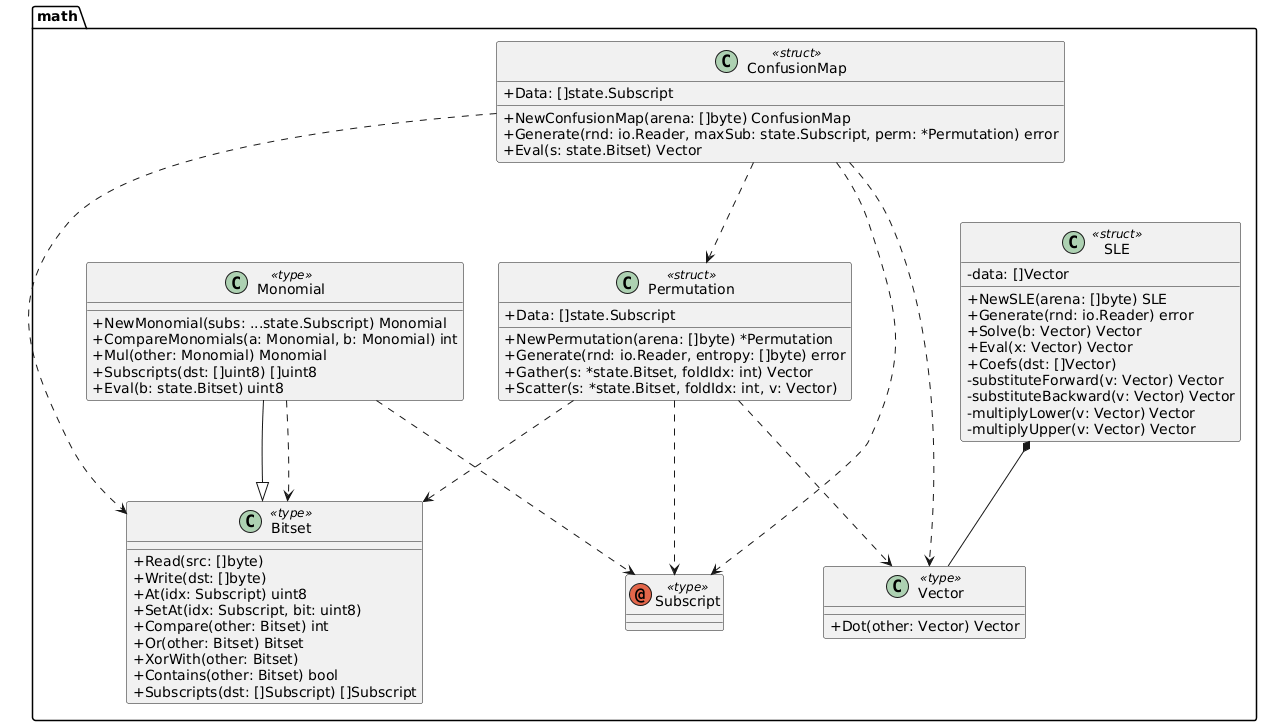
Earlier version of the PlantUML export docs/diagrams/math_class.png (staleread/aquila). Its diagram source:
```plantuml
@startuml
skinparam ClassAttributeIconSize 0


package "math" {
  annotation Subscript <<type>>

  class Bitset <<type>> {
      +Read(src: []byte)
      +Write(dst: []byte)
      +At(idx: Subscript) uint8
      +SetAt(idx: Subscript, bit: uint8)
      +Compare(other: Bitset) int
      +Or(other: Bitset) Bitset
      +XorWith(other: Bitset)
      +Contains(other: Bitset) bool
      +Subscripts(dst: []Subscript) []Subscript
  }

  class Vector <<type>> {
      +Dot(other: Vector) Vector
  }
  class SLE <<struct>> {
      -data: []Vector
      +NewSLE(arena: []byte) SLE
      +Generate(rnd: io.Reader) error
      +Solve(b: Vector) Vector
      +Eval(x: Vector) Vector
      +Coefs(dst: []Vector)
      -substituteForward(v: Vector) Vector
      -substituteBackward(v: Vector) Vector
      -multiplyLower(v: Vector) Vector
      -multiplyUpper(v: Vector) Vector
  }
  class ConfusionMap <<struct>> {
      +Data: []state.Subscript
      +NewConfusionMap(arena: []byte) ConfusionMap
      +Generate(rnd: io.Reader, maxSub: state.Subscript, perm: *Permutation) error
      +Eval(s: state.Bitset) Vector
  }
  class Permutation <<struct>> {
      +Data: []state.Subscript
      +NewPermutation(arena: []byte) *Permutation
      +Generate(rnd: io.Reader, entropy: []byte) error
      +Gather(s: *state.Bitset, foldIdx: int) Vector
      +Scatter(s: *state.Bitset, foldIdx: int, v: Vector)
  }
  class Monomial <<type>> {
      +NewMonomial(subs: ...state.Subscript) Monomial
      +CompareMonomials(a: Monomial, b: Monomial) int
      +Mul(other: Monomial) Monomial
      +Subscripts(dst: []uint8) []uint8
      +Eval(b: state.Bitset) uint8
  }
}

math.Monomial --|> math.Bitset

SLE *-- Vector

math.ConfusionMap ..> math.Vector
math.ConfusionMap ..> math.Permutation
math.ConfusionMap ..> math.Bitset
math.ConfusionMap ..> math.Subscript

math.Permutation ..> math.Vector
math.Permutation ..> math.Bitset
math.Permutation ..> math.Subscript

math.Monomial ..> math.Bitset
math.Monomial ..> math.Subscript
@enduml
```
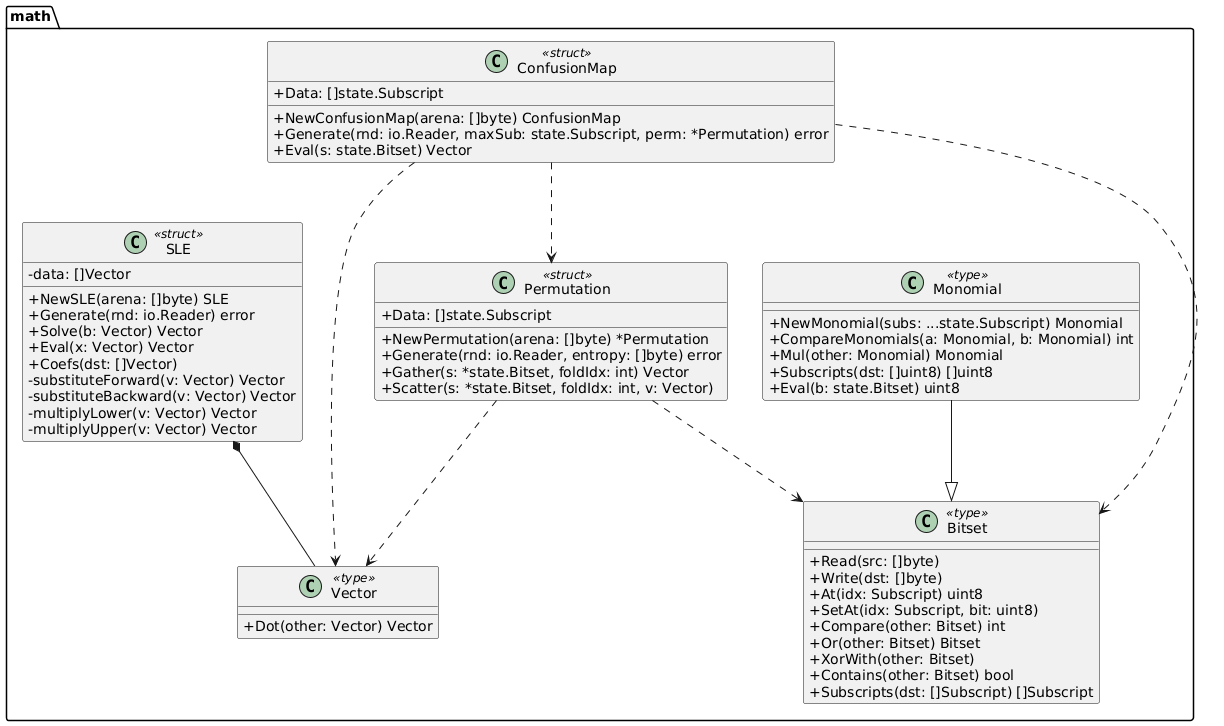
Above is the later version.

What changed in the source:
```diff
@@ -1,72 +1,69 @@
 @startuml
-skinparam ClassAttributeIconSize 0
+skinparam classAttributeIconSize 0
 
+package math {
+    class ConfusionMap <<struct>> {
+        +Data: []state.Subscript
+        +NewConfusionMap(arena: []byte) ConfusionMap
+        +Generate(rnd: io.Reader, maxSub: state.Subscript, perm: *Permutation) error
+        +Eval(s: state.Bitset) Vector
+    }
 
-package "math" {
-  annotation Subscript <<type>>
+    class Monomial <<type>> {
+        +NewMonomial(subs: ...state.Subscript) Monomial
+        +CompareMonomials(a: Monomial, b: Monomial) int
+        +Mul(other: Monomial) Monomial
+        +Subscripts(dst: []uint8) []uint8
+        +Eval(b: state.Bitset) uint8
+    }
 
-  class Bitset <<type>> {
-      +Read(src: []byte)
-      +Write(dst: []byte)
-      +At(idx: Subscript) uint8
-      +SetAt(idx: Subscript, bit: uint8)
-      +Compare(other: Bitset) int
-      +Or(other: Bitset) Bitset
-      +XorWith(other: Bitset)
-      +Contains(other: Bitset) bool
-      +Subscripts(dst: []Subscript) []Subscript
-  }
+    class Permutation <<struct>> {
+        +Data: []state.Subscript
+        +NewPermutation(arena: []byte) *Permutation
+        +Generate(rnd: io.Reader, entropy: []byte) error
+        +Gather(s: *state.Bitset, foldIdx: int) Vector
+        +Scatter(s: *state.Bitset, foldIdx: int, v: Vector)
+    }
 
-  class Vector <<type>> {
-      +Dot(other: Vector) Vector
-  }
-  class SLE <<struct>> {
-      -data: []Vector
-      +NewSLE(arena: []byte) SLE
-      +Generate(rnd: io.Reader) error
-      +Solve(b: Vector) Vector
-      +Eval(x: Vector) Vector
-      +Coefs(dst: []Vector)
-      -substituteForward(v: Vector) Vector
-      -substituteBackward(v: Vector) Vector
-      -multiplyLower(v: Vector) Vector
-      -multiplyUpper(v: Vector) Vector
-  }
-  class ConfusionMap <<struct>> {
-      +Data: []state.Subscript
-      +NewConfusionMap(arena: []byte) ConfusionMap
-      +Generate(rnd: io.Reader, maxSub: state.Subscript, perm: *Permutation) error
-      +Eval(s: state.Bitset) Vector
-  }
-  class Permutation <<struct>> {
-      +Data: []state.Subscript
-      +NewPermutation(arena: []byte) *Permutation
-      +Generate(rnd: io.Reader, entropy: []byte) error
-      +Gather(s: *state.Bitset, foldIdx: int) Vector
-      +Scatter(s: *state.Bitset, foldIdx: int, v: Vector)
-  }
-  class Monomial <<type>> {
-      +NewMonomial(subs: ...state.Subscript) Monomial
-      +CompareMonomials(a: Monomial, b: Monomial) int
-      +Mul(other: Monomial) Monomial
-      +Subscripts(dst: []uint8) []uint8
-      +Eval(b: state.Bitset) uint8
-  }
+    class SLE <<struct>> {
+        -data: []Vector
+        +NewSLE(arena: []byte) SLE
+        +Generate(rnd: io.Reader) error
+        +Solve(b: Vector) Vector
+        +Eval(x: Vector) Vector
+        +Coefs(dst: []Vector)
+        -substituteForward(v: Vector) Vector
+        -substituteBackward(v: Vector) Vector
+        -multiplyLower(v: Vector) Vector
+        -multiplyUpper(v: Vector) Vector
+    }
+
+    class Bitset <<type>> {
+        +Read(src: []byte)
+        +Write(dst: []byte)
+        +At(idx: Subscript) uint8
+        +SetAt(idx: Subscript, bit: uint8)
+        +Compare(other: Bitset) int
+        +Or(other: Bitset) Bitset
+        +XorWith(other: Bitset)
+        +Contains(other: Bitset) bool
+        +Subscripts(dst: []Subscript) []Subscript
+    }
+
+    class Vector <<type>> {
+        +Dot(other: Vector) Vector
+    }
+
 }
 
-math.Monomial --|> math.Bitset
+ConfusionMap ..> Bitset
+ConfusionMap ..> Permutation
+ConfusionMap ..> Vector
+
+Monomial --|> Bitset
+
+Permutation ..> Bitset
+Permutation ..> Vector
 
 SLE *-- Vector
-
-math.ConfusionMap ..> math.Vector
-math.ConfusionMap ..> math.Permutation
-math.ConfusionMap ..> math.Bitset
-math.ConfusionMap ..> math.Subscript
-
-math.Permutation ..> math.Vector
-math.Permutation ..> math.Bitset
-math.Permutation ..> math.Subscript
-
-math.Monomial ..> math.Bitset
-math.Monomial ..> math.Subscript
 @enduml
```
